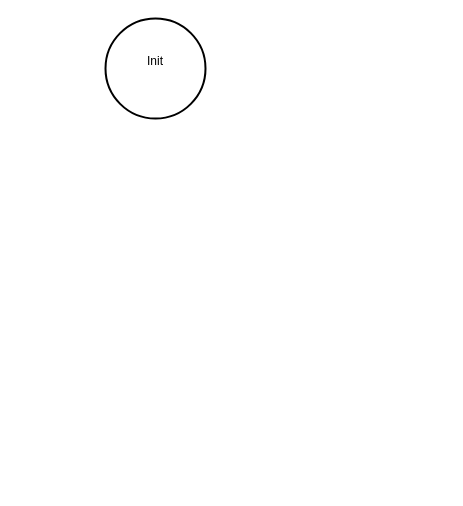
mrjacobs55/RadarDemo keeps this draw.io diagram as RadarSystem/RadarSystem.drawio. Above is the earlier version. Source tidied: cells renumbered, new cells numbered last; positions are measured from the earlier drawing's top-left corner, leaving out a move shared by most shapes. Both pictures are drawn from the tidied source at 100%, with x=0, y=0 at pixel (105, 18).
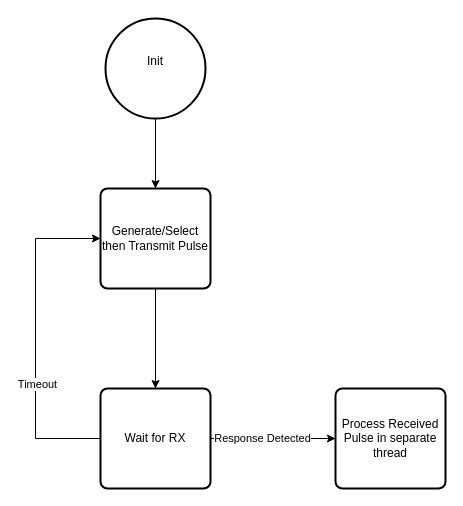
Above is the later version.

Change to the diagram source:
```diff
@@
 <mxGraphModel>
   <root>
     <mxCell id="0" />
     <mxCell id="1" parent="0" />
+    <mxCell id="3" style="edgeStyle=orthogonalEdgeStyle;rounded=0;jettySize=auto;html=1;exitX=0.5;exitY=1;exitDx=0;exitDy=0;exitPerimeter=0;entryX=0.5;entryY=0;entryDx=0;entryDy=0;" parent="1" edge="1" source="2" target="5">
+      <mxGeometry relative="1" as="geometry" />
+    </mxCell>
     <mxCell id="2" value="&lt;div&gt;Init&lt;/div&gt;&lt;div&gt;&lt;br&gt;&lt;/div&gt;" style="strokeWidth=2;html=1;shape=mxgraph.flowchart.start_2;whiteSpace=wrap;" parent="1" vertex="1">
       <mxGeometry width="100" height="100" as="geometry" />
     </mxCell>
+    <mxCell id="4" style="edgeStyle=orthogonalEdgeStyle;rounded=0;jettySize=auto;html=1;entryX=0.5;entryY=0;entryDx=0;entryDy=0;" parent="1" edge="1" source="5" target="10">
+      <mxGeometry relative="1" as="geometry" />
+    </mxCell>
+    <mxCell id="5" value="Generate/Select then Transmit Pulse" style="rounded=1;whiteSpace=wrap;html=1;absoluteArcSize=1;arcSize=14;strokeWidth=2;" parent="1" vertex="1">
+      <mxGeometry x="-5" y="170" width="110" height="100" as="geometry" />
+    </mxCell>
+    <mxCell id="6" style="edgeStyle=orthogonalEdgeStyle;rounded=0;jettySize=auto;html=1;" parent="1" edge="1" source="10" target="11">
+      <mxGeometry relative="1" as="geometry" />
+    </mxCell>
+    <mxCell id="7" value="Response Detected" style="edgeLabel;html=1;align=center;verticalAlign=middle;" parent="6" vertex="1">
+      <mxGeometry x="-0.18" y="1" relative="1" as="geometry" />
+    </mxCell>
+    <mxCell id="8" style="edgeStyle=orthogonalEdgeStyle;rounded=0;jettySize=auto;html=1;entryX=0;entryY=0.5;entryDx=0;entryDy=0;" parent="1" edge="1" source="10" target="5">
+      <mxGeometry relative="1" as="geometry">
+        <Array as="points">
+          <mxPoint x="-70" y="420" />
+          <mxPoint x="-70" y="220" />
+        </Array>
+      </mxGeometry>
+    </mxCell>
+    <mxCell id="9" value="&lt;div&gt;Timeout&lt;/div&gt;" style="edgeLabel;html=1;align=center;verticalAlign=middle;" parent="8" vertex="1">
+      <mxGeometry x="-0.27" y="-1" relative="1" as="geometry" />
+    </mxCell>
+    <mxCell id="10" value="&lt;div&gt;Wait for RX&lt;/div&gt;" style="rounded=1;whiteSpace=wrap;html=1;absoluteArcSize=1;arcSize=14;strokeWidth=2;" parent="1" vertex="1">
+      <mxGeometry x="-5" y="370" width="110" height="100" as="geometry" />
+    </mxCell>
+    <mxCell id="11" value="Process Received Pulse in separate thread" style="rounded=1;whiteSpace=wrap;html=1;absoluteArcSize=1;arcSize=14;strokeWidth=2;" parent="1" vertex="1">
+      <mxGeometry x="230" y="370" width="110" height="100" as="geometry" />
+    </mxCell>
   </root>
 </mxGraphModel>
```
